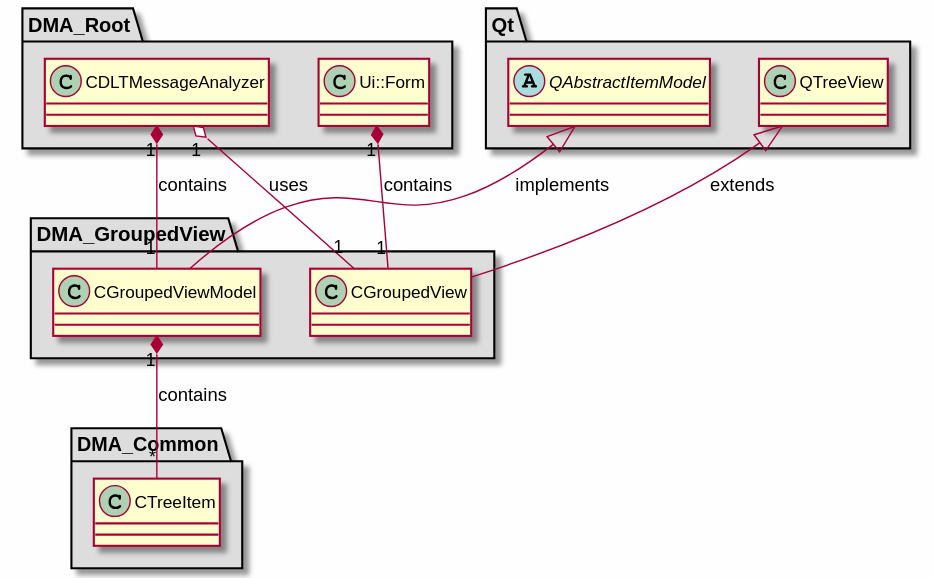
Before: md/dev_docs/puml/DMA_GroupedView.svg, a diagram exported from PlantUML (svlad-90/DLT-Message-Analyzer). Source of this version:
```plantuml
@startuml

skinparam backgroundColor #FEFEFE
skinparam wrapWidth 600
package "DMA_Common" #DDDDDD
{

class "CTreeItem"
{
}

}

package "DMA_GroupedView" #DDDDDD
{

class "CGroupedView"
{
}

class "CGroupedViewModel"
{
}

}

package "DMA_Root" #DDDDDD
{

class "CDLTMessageAnalyzer"
{
}

class "Ui::Form"
{
}

}

package "Qt" #DDDDDD
{

abstract class "QAbstractItemModel"
{
}

class "QTreeView"
{
}

}

QTreeView <|-- CGroupedView : extends
QAbstractItemModel <|-- CGroupedViewModel : implements

CGroupedViewModel "1" *-- "*" CTreeItem : contains
CDLTMessageAnalyzer "1" o-- "1" CGroupedView : uses
CDLTMessageAnalyzer "1" *-- "1" CGroupedViewModel : contains
Ui::Form "1" *-- "1" CGroupedView : contains

@enduml
```
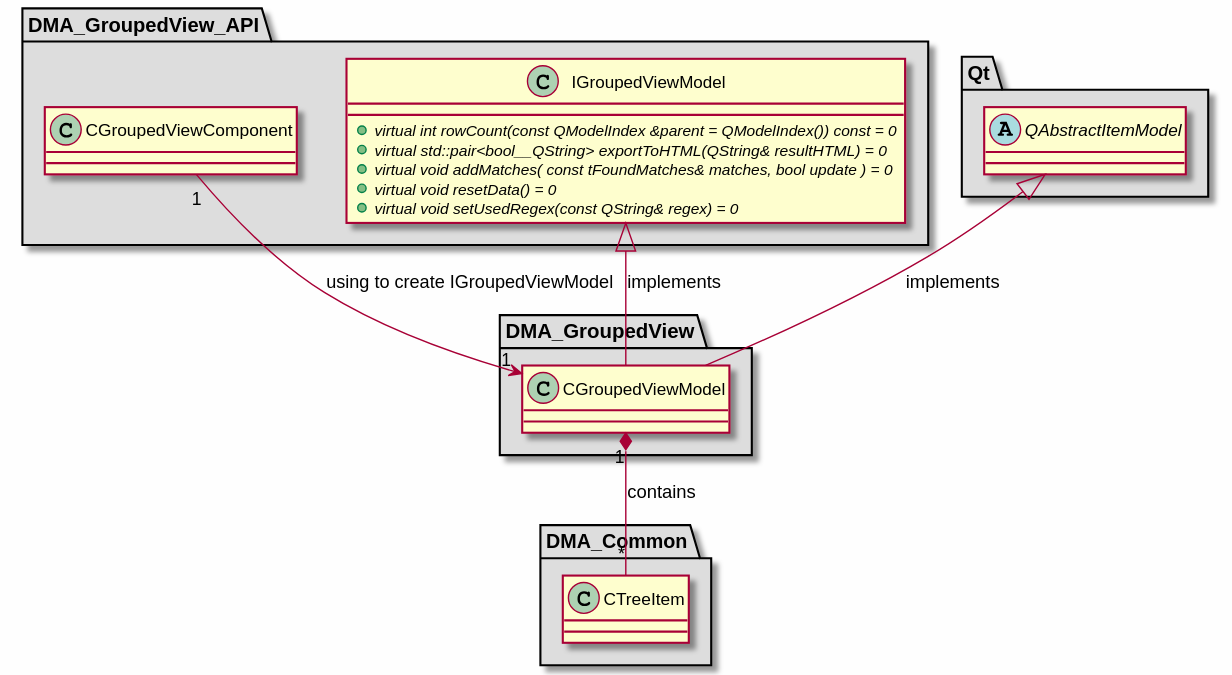
After the change.

Diff of the diagram source:
```diff
@@ -14,25 +14,26 @@
 package "DMA_GroupedView" #DDDDDD
 {
 
-class "CGroupedView"
-{
-}
-
 class "CGroupedViewModel"
 {
 }
 
 }
 
-package "DMA_Root" #DDDDDD
+package "DMA_GroupedView_API" #DDDDDD
 {
 
-class "CDLTMessageAnalyzer"
+class "CGroupedViewComponent"
 {
 }
 
-class "Ui::Form"
+class "IGroupedViewModel"
 {
+    + {abstract} virtual int rowCount(const QModelIndex &parent = QModelIndex()) const = 0
+    + {abstract} virtual std::pair<bool__QString> exportToHTML(QString& resultHTML) = 0
+    + {abstract} virtual void addMatches( const tFoundMatches& matches, bool update ) = 0
+    + {abstract} virtual void resetData() = 0
+    + {abstract} virtual void setUsedRegex(const QString& regex) = 0
 }
 
 }
@@ -44,18 +45,12 @@
 {
 }
 
-class "QTreeView"
-{
 }
 
-}
-
-QTreeView <|-- CGroupedView : extends
+IGroupedViewModel <|-- CGroupedViewModel : implements
 QAbstractItemModel <|-- CGroupedViewModel : implements
 
 CGroupedViewModel "1" *-- "*" CTreeItem : contains
-CDLTMessageAnalyzer "1" o-- "1" CGroupedView : uses
-CDLTMessageAnalyzer "1" *-- "1" CGroupedViewModel : contains
-Ui::Form "1" *-- "1" CGroupedView : contains
+CGroupedViewComponent "1" --> "1" CGroupedViewModel : using to create IGroupedViewModel
 
 @enduml
```
